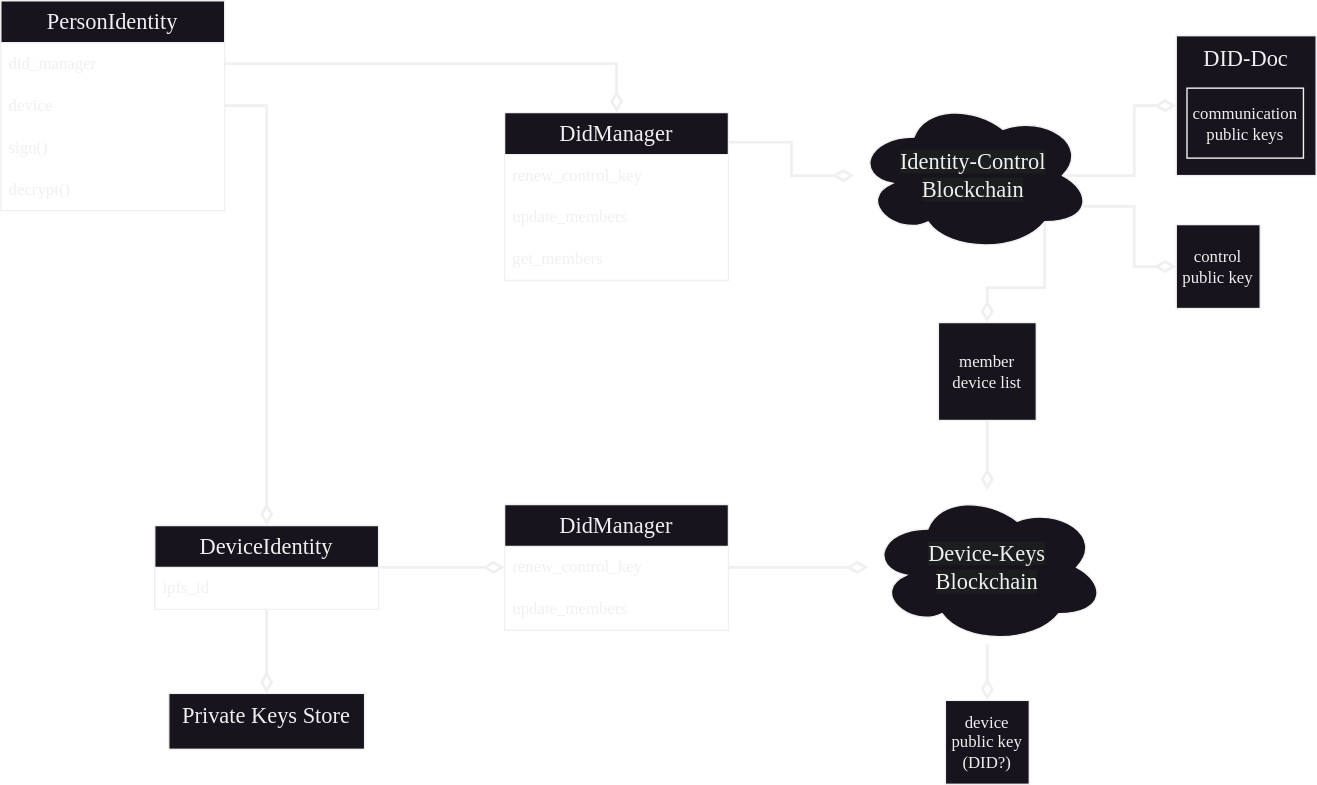
The draw.io diagram KeyManagement.drawio.svg in emendir/WalytisIdentities, before a commit. Source tidied: cells renumbered, new cells last; positions are measured from the earlier drawing's top-left corner, leaving out a move shared by most shapes.
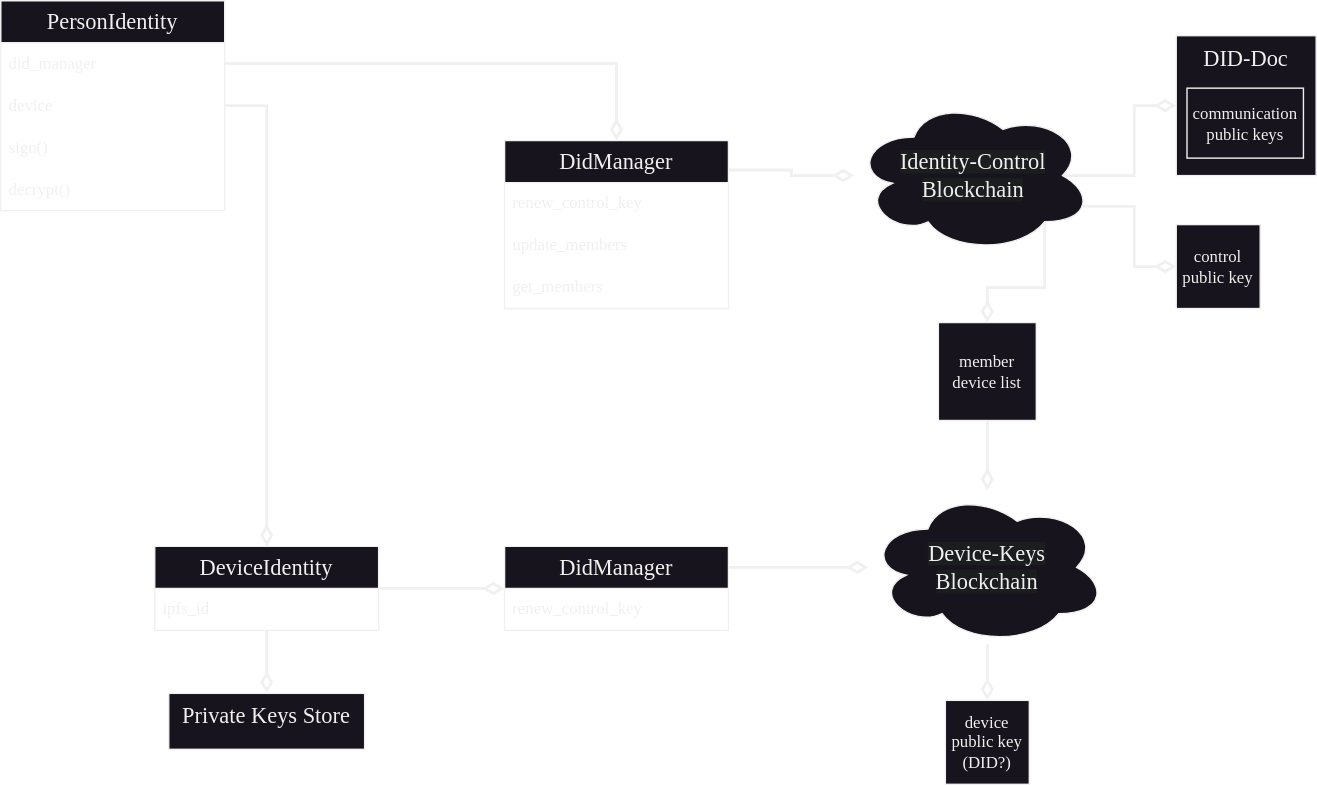
After the change.

The edit, as a diff of the source:
```diff
@@ -33,7 +33,7 @@
       <mxGeometry relative="1" as="geometry" />
     </mxCell>
     <mxCell id="12" value="&lt;font style=&quot;font-size: 16px;&quot;&gt;DidManager&lt;/font&gt;" style="swimlane;fontStyle=0;horizontal=1;startSize=30;whiteSpace=wrap;html=1;fontFamily=Libertinus;" parent="1" vertex="1">
-      <mxGeometry x="360" y="80" width="160" height="120" as="geometry" />
+      <mxGeometry x="360" y="100" width="160" height="120" as="geometry" />
     </mxCell>
     <mxCell id="13" value="renew_control_key" style="text;strokeColor=none;fillColor=none;align=left;verticalAlign=middle;spacingLeft=4;spacingRight=4;overflow=hidden;whiteSpace=wrap;html=1;fontFamily=Libertinus;" parent="12" vertex="1">
       <mxGeometry y="30" width="160" height="30" as="geometry" />
@@ -44,7 +44,7 @@
     <mxCell id="15" value="get_members" style="text;strokeColor=none;fillColor=none;align=left;verticalAlign=middle;spacingLeft=4;spacingRight=4;overflow=hidden;whiteSpace=wrap;html=1;fontFamily=Libertinus;" parent="12" vertex="1">
       <mxGeometry y="90" width="160" height="30" as="geometry" />
     </mxCell>
-    <mxCell id="16" style="edgeStyle=orthogonalEdgeStyle;rounded=0;jettySize=auto;html=1;endArrow=diamondThin;fontFamily=Libertinus;endFill=0;strokeWidth=2;endSize=10;" parent="1" edge="1" source="32" target="23">
+    <mxCell id="16" style="edgeStyle=orthogonalEdgeStyle;rounded=0;jettySize=auto;html=1;endArrow=diamondThin;fontFamily=Libertinus;endFill=0;strokeWidth=2;endSize=10;exitX=1;exitY=0.25;exitDx=0;exitDy=0;" parent="1" edge="1" source="32" target="23">
       <mxGeometry relative="1" as="geometry" />
     </mxCell>
     <mxCell id="17" style="edgeStyle=orthogonalEdgeStyle;rounded=0;jettySize=auto;html=1;endArrow=diamondThin;fontFamily=Libertinus;endFill=0;strokeWidth=2;endSize=10;" parent="1" edge="1" source="23" target="19">
@@ -60,7 +60,7 @@
       <mxGeometry x="610" y="70" width="170" height="110" as="geometry" />
     </mxCell>
     <mxCell id="21" value="&lt;font style=&quot;font-size: 16px;&quot;&gt;DeviceIdentity&lt;/font&gt;" style="swimlane;fontStyle=0;horizontal=1;startSize=30;whiteSpace=wrap;html=1;fontFamily=Libertinus;" parent="1" vertex="1">
-      <mxGeometry x="110" y="375" width="160" height="60" as="geometry" />
+      <mxGeometry x="110" y="390" width="160" height="60" as="geometry" />
     </mxCell>
     <mxCell id="22" value="ipfs_id" style="text;strokeColor=none;fillColor=none;align=left;verticalAlign=middle;spacingLeft=4;spacingRight=4;overflow=hidden;whiteSpace=wrap;html=1;fontFamily=Libertinus;" parent="21" vertex="1">
       <mxGeometry y="30" width="160" height="30" as="geometry" />
@@ -93,13 +93,10 @@
       <mxGeometry relative="1" as="geometry" />
     </mxCell>
     <mxCell id="32" value="&lt;font style=&quot;font-size: 16px;&quot;&gt;DidManager&lt;/font&gt;" style="swimlane;fontStyle=0;horizontal=1;startSize=30;whiteSpace=wrap;html=1;fontFamily=Libertinus;" parent="1" vertex="1">
-      <mxGeometry x="360" y="360" width="160" height="90" as="geometry" />
+      <mxGeometry x="360" y="390" width="160" height="60" as="geometry" />
     </mxCell>
     <mxCell id="33" value="renew_control_key" style="text;strokeColor=none;fillColor=none;align=left;verticalAlign=middle;spacingLeft=4;spacingRight=4;overflow=hidden;whiteSpace=wrap;html=1;fontFamily=Libertinus;" parent="32" vertex="1">
       <mxGeometry y="30" width="160" height="30" as="geometry" />
     </mxCell>
-    <mxCell id="34" value="update_members" style="text;strokeColor=none;fillColor=none;align=left;verticalAlign=middle;spacingLeft=4;spacingRight=4;overflow=hidden;whiteSpace=wrap;html=1;fontFamily=Libertinus;" parent="32" vertex="1">
-      <mxGeometry y="60" width="160" height="30" as="geometry" />
-    </mxCell>
   </root>
 </mxGraphModel>
```
